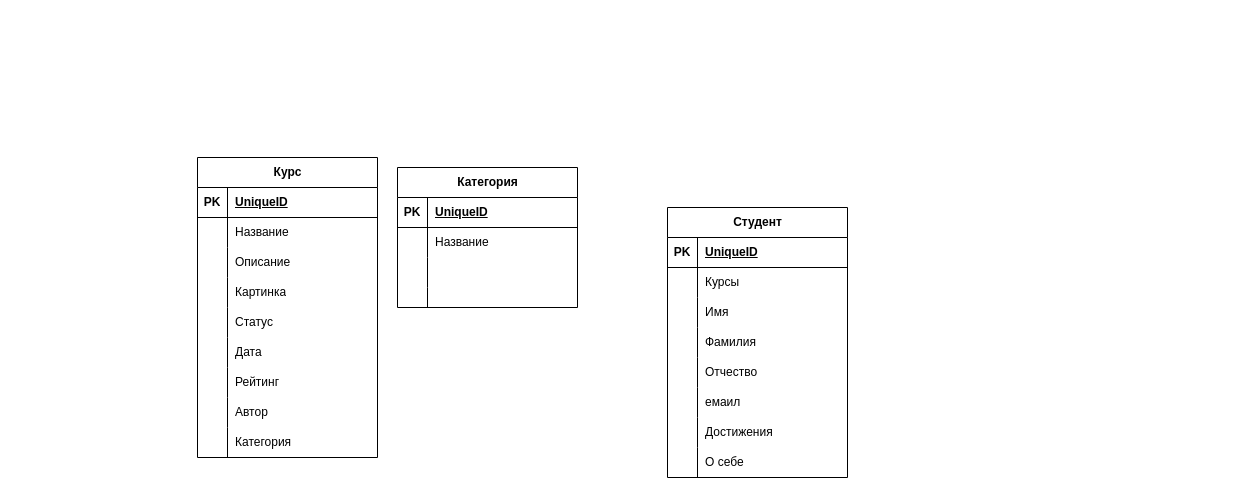
Before: Диаграмма без названия.drawio in Thinknov/my, a draw.io diagram. Source tidied: cells renumbered, new cells numbered last; positions are measured from the earlier drawing's top-left corner, leaving out a move shared by most shapes. Both pictures are drawn from the tidied source at 100%, with x=0, y=0 at pixel (197, 157).
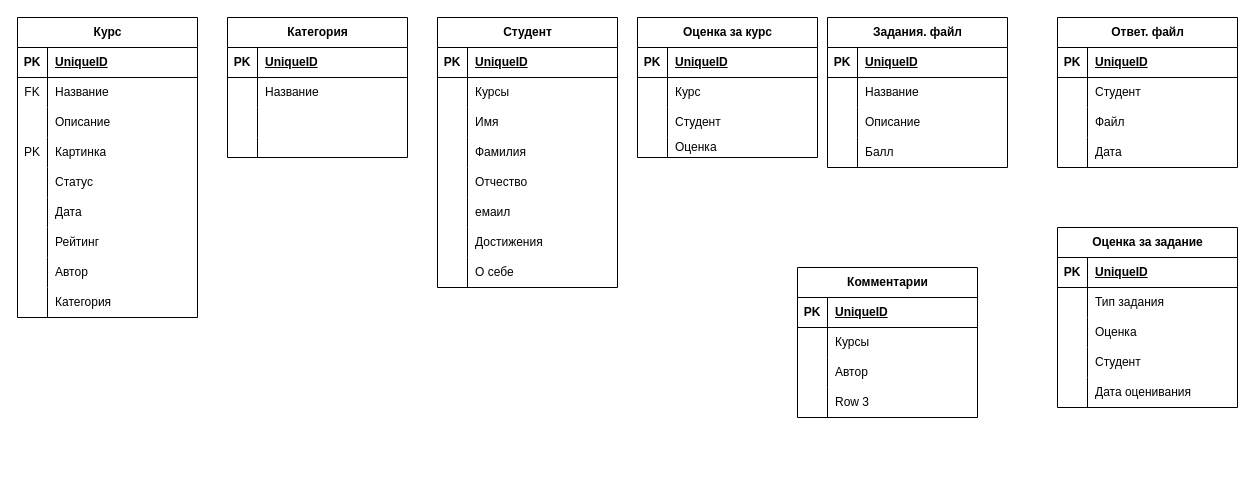
After the change.

Unchanged cells that the change refers to:
```xml
<mxCell id="6" style="shape=tableRow;horizontal=0;startSize=0;swimlaneHead=0;swimlaneBody=0;fillColor=none;top=0;left=0;right=0;bottom=0;" parent="2" vertex="1">
  <mxGeometry y="60" width="180" height="30" as="geometry" />
</mxCell>
<mxCell id="12" style="shape=tableRow;horizontal=0;startSize=0;swimlaneHead=0;swimlaneBody=0;fillColor=none;top=0;left=0;right=0;bottom=0;" parent="2" vertex="1">
  <mxGeometry y="120" width="180" height="30" as="geometry" />
</mxCell>
```

What changed in the source:
```diff
@@
     <mxCell id="2" value="Курс" style="shape=table;startSize=30;childLayout=tableLayout;rowLines=0;fontStyle=1;align=center;html=1;" parent="1" vertex="1">
-      <mxGeometry width="180" height="300" as="geometry" />
+      <mxGeometry x="-180" y="-140" width="180" height="300" as="geometry" />
     </mxCell>
@@
-    <mxCell id="7" style="shape=partialRectangle;fillColor=none;top=0;left=0;bottom=0;right=0;overflow=hidden;whiteSpace=wrap;html=1;" parent="6" vertex="1">
+    <mxCell id="7" value="FK" style="shape=partialRectangle;fillColor=none;top=0;left=0;bottom=0;right=0;overflow=hidden;whiteSpace=wrap;html=1;" parent="6" vertex="1">
       <mxGeometry width="30" height="30" as="geometry" />
     </mxCell>
@@
-    <mxCell id="13" style="shape=partialRectangle;fillColor=none;top=0;left=0;bottom=0;right=0;overflow=hidden;whiteSpace=wrap;html=1;" parent="12" vertex="1">
+    <mxCell id="13" value="&lt;div&gt;PK&lt;/div&gt;" style="shape=partialRectangle;fillColor=none;top=0;left=0;bottom=0;right=0;overflow=hidden;whiteSpace=wrap;html=1;" parent="12" vertex="1">
       <mxGeometry width="30" height="30" as="geometry" />
     </mxCell>
@@
     <mxCell id="30" value="Категория" style="shape=table;startSize=30;childLayout=tableLayout;rowLines=0;fontStyle=1;align=center;html=1;" parent="1" vertex="1">
-      <mxGeometry x="200" y="10" width="180" height="140" as="geometry" />
+      <mxGeometry x="30" y="-140" width="180" height="140" as="geometry" />
     </mxCell>
@@
     <mxCell id="43" value="Студент" style="shape=table;startSize=30;childLayout=tableLayout;rowLines=0;fontStyle=1;align=center;html=1;" parent="1" vertex="1">
-      <mxGeometry x="470" y="50" width="180" height="270" as="geometry" />
+      <mxGeometry x="240" y="-140" width="180" height="270" as="geometry" />
     </mxCell>
@@
+    <mxCell id="68" value="Оценка за курс" style="shape=table;startSize=30;childLayout=tableLayout;rowLines=0;fontStyle=1;align=center;html=1;" parent="1" vertex="1">
+      <mxGeometry x="440" y="-140" width="180" height="140" as="geometry" />
+    </mxCell>
+    <mxCell id="69" style="shape=tableRow;horizontal=0;startSize=0;swimlaneHead=0;swimlaneBody=0;fillColor=none;top=0;left=0;right=0;bottom=1;" parent="68" vertex="1">
+      <mxGeometry y="30" width="180" height="30" as="geometry" />
+    </mxCell>
+    <mxCell id="70" value="PK" style="shape=partialRectangle;fillColor=none;top=0;left=0;bottom=0;right=0;fontStyle=1;overflow=hidden;whiteSpace=wrap;html=1;" parent="69" vertex="1">
+      <mxGeometry width="30" height="30" as="geometry" />
+    </mxCell>
+    <mxCell id="71" value="UniqueID" style="shape=partialRectangle;fillColor=none;top=0;left=0;bottom=0;right=0;align=left;spacingLeft=6;fontStyle=5;overflow=hidden;whiteSpace=wrap;html=1;" parent="69" vertex="1">
+      <mxGeometry x="30" width="150" height="30" as="geometry" />
+    </mxCell>
+    <mxCell id="72" style="shape=tableRow;horizontal=0;startSize=0;swimlaneHead=0;swimlaneBody=0;fillColor=none;top=0;left=0;right=0;bottom=0;" parent="68" vertex="1">
+      <mxGeometry y="60" width="180" height="30" as="geometry" />
+    </mxCell>
+    <mxCell id="73" style="shape=partialRectangle;fillColor=none;top=0;left=0;bottom=0;right=0;overflow=hidden;whiteSpace=wrap;html=1;" parent="72" vertex="1">
+      <mxGeometry width="30" height="30" as="geometry" />
+    </mxCell>
+    <mxCell id="74" value="Курс" style="shape=partialRectangle;fillColor=none;top=0;left=0;bottom=0;right=0;align=left;spacingLeft=6;overflow=hidden;whiteSpace=wrap;html=1;" parent="72" vertex="1">
+      <mxGeometry x="30" width="150" height="30" as="geometry" />
+    </mxCell>
+    <mxCell id="75" style="shape=tableRow;horizontal=0;startSize=0;swimlaneHead=0;swimlaneBody=0;fillColor=none;top=0;left=0;right=0;bottom=0;" parent="68" vertex="1">
+      <mxGeometry y="90" width="180" height="30" as="geometry" />
+    </mxCell>
+    <mxCell id="76" style="shape=partialRectangle;fillColor=none;top=0;left=0;bottom=0;right=0;overflow=hidden;whiteSpace=wrap;html=1;" parent="75" vertex="1">
+      <mxGeometry width="30" height="30" as="geometry" />
+    </mxCell>
+    <mxCell id="77" value="Студент" style="shape=partialRectangle;fillColor=none;top=0;left=0;bottom=0;right=0;align=left;spacingLeft=6;overflow=hidden;whiteSpace=wrap;html=1;" parent="75" vertex="1">
+      <mxGeometry x="30" width="150" height="30" as="geometry" />
+    </mxCell>
+    <mxCell id="78" style="shape=tableRow;horizontal=0;startSize=0;swimlaneHead=0;swimlaneBody=0;fillColor=none;top=0;left=0;right=0;bottom=0;" parent="68" vertex="1">
+      <mxGeometry y="120" width="180" height="20" as="geometry" />
+    </mxCell>
+    <mxCell id="79" style="shape=partialRectangle;fillColor=none;top=0;left=0;bottom=0;right=0;overflow=hidden;whiteSpace=wrap;html=1;" parent="78" vertex="1">
+      <mxGeometry width="30" height="20" as="geometry" />
+    </mxCell>
+    <mxCell id="80" value="Оценка" style="shape=partialRectangle;fillColor=none;top=0;left=0;bottom=0;right=0;align=left;spacingLeft=6;overflow=hidden;whiteSpace=wrap;html=1;" parent="78" vertex="1">
+      <mxGeometry x="30" width="150" height="20" as="geometry" />
+    </mxCell>
+    <mxCell id="81" value="Задания. файл" style="shape=table;startSize=30;childLayout=tableLayout;rowLines=0;fontStyle=1;align=center;html=1;" parent="1" vertex="1">
+      <mxGeometry x="630" y="-140" width="180" height="150" as="geometry" />
+    </mxCell>
+    <mxCell id="82" style="shape=tableRow;horizontal=0;startSize=0;swimlaneHead=0;swimlaneBody=0;fillColor=none;top=0;left=0;right=0;bottom=1;" parent="81" vertex="1">
+      <mxGeometry y="30" width="180" height="30" as="geometry" />
+    </mxCell>
+    <mxCell id="83" value="PK" style="shape=partialRectangle;fillColor=none;top=0;left=0;bottom=0;right=0;fontStyle=1;overflow=hidden;whiteSpace=wrap;html=1;" parent="82" vertex="1">
+      <mxGeometry width="30" height="30" as="geometry" />
+    </mxCell>
+    <mxCell id="84" value="UniqueID" style="shape=partialRectangle;fillColor=none;top=0;left=0;bottom=0;right=0;align=left;spacingLeft=6;fontStyle=5;overflow=hidden;whiteSpace=wrap;html=1;" parent="82" vertex="1">
+      <mxGeometry x="30" width="150" height="30" as="geometry" />
+    </mxCell>
+    <mxCell id="85" style="shape=tableRow;horizontal=0;startSize=0;swimlaneHead=0;swimlaneBody=0;fillColor=none;top=0;left=0;right=0;bottom=0;" parent="81" vertex="1">
+      <mxGeometry y="60" width="180" height="30" as="geometry" />
+    </mxCell>
+    <mxCell id="86" style="shape=partialRectangle;fillColor=none;top=0;left=0;bottom=0;right=0;overflow=hidden;whiteSpace=wrap;html=1;" parent="85" vertex="1">
+      <mxGeometry width="30" height="30" as="geometry" />
+    </mxCell>
+    <mxCell id="87" value="Название" style="shape=partialRectangle;fillColor=none;top=0;left=0;bottom=0;right=0;align=left;spacingLeft=6;overflow=hidden;whiteSpace=wrap;html=1;" parent="85" vertex="1">
+      <mxGeometry x="30" width="150" height="30" as="geometry" />
+    </mxCell>
+    <mxCell id="88" style="shape=tableRow;horizontal=0;startSize=0;swimlaneHead=0;swimlaneBody=0;fillColor=none;top=0;left=0;right=0;bottom=0;" parent="81" vertex="1">
+      <mxGeometry y="90" width="180" height="30" as="geometry" />
+    </mxCell>
+    <mxCell id="89" style="shape=partialRectangle;fillColor=none;top=0;left=0;bottom=0;right=0;overflow=hidden;whiteSpace=wrap;html=1;" parent="88" vertex="1">
+      <mxGeometry width="30" height="30" as="geometry" />
+    </mxCell>
+    <mxCell id="90" value="Описание" style="shape=partialRectangle;fillColor=none;top=0;left=0;bottom=0;right=0;align=left;spacingLeft=6;overflow=hidden;whiteSpace=wrap;html=1;" parent="88" vertex="1">
+      <mxGeometry x="30" width="150" height="30" as="geometry" />
+    </mxCell>
+    <mxCell id="91" style="shape=tableRow;horizontal=0;startSize=0;swimlaneHead=0;swimlaneBody=0;fillColor=none;top=0;left=0;right=0;bottom=0;" parent="81" vertex="1">
+      <mxGeometry y="120" width="180" height="30" as="geometry" />
+    </mxCell>
+    <mxCell id="92" style="shape=partialRectangle;fillColor=none;top=0;left=0;bottom=0;right=0;overflow=hidden;whiteSpace=wrap;html=1;" parent="91" vertex="1">
+      <mxGeometry width="30" height="30" as="geometry" />
+    </mxCell>
+    <mxCell id="93" value="Балл" style="shape=partialRectangle;fillColor=none;top=0;left=0;bottom=0;right=0;align=left;spacingLeft=6;overflow=hidden;whiteSpace=wrap;html=1;" parent="91" vertex="1">
+      <mxGeometry x="30" width="150" height="30" as="geometry" />
+    </mxCell>
+    <mxCell id="94" value="&lt;div&gt;Ответ. файл&lt;/div&gt;" style="shape=table;startSize=30;childLayout=tableLayout;rowLines=0;fontStyle=1;align=center;html=1;" parent="1" vertex="1">
+      <mxGeometry x="860" y="-140" width="180" height="150" as="geometry" />
+    </mxCell>
+    <mxCell id="95" style="shape=tableRow;horizontal=0;startSize=0;swimlaneHead=0;swimlaneBody=0;fillColor=none;top=0;left=0;right=0;bottom=1;" parent="94" vertex="1">
+      <mxGeometry y="30" width="180" height="30" as="geometry" />
+    </mxCell>
+    <mxCell id="96" value="PK" style="shape=partialRectangle;fillColor=none;top=0;left=0;bottom=0;right=0;fontStyle=1;overflow=hidden;whiteSpace=wrap;html=1;" parent="95" vertex="1">
+      <mxGeometry width="30" height="30" as="geometry" />
+    </mxCell>
+    <mxCell id="97" value="UniqueID" style="shape=partialRectangle;fillColor=none;top=0;left=0;bottom=0;right=0;align=left;spacingLeft=6;fontStyle=5;overflow=hidden;whiteSpace=wrap;html=1;" parent="95" vertex="1">
+      <mxGeometry x="30" width="150" height="30" as="geometry" />
+    </mxCell>
+    <mxCell id="98" style="shape=tableRow;horizontal=0;startSize=0;swimlaneHead=0;swimlaneBody=0;fillColor=none;top=0;left=0;right=0;bottom=0;" parent="94" vertex="1">
+      <mxGeometry y="60" width="180" height="30" as="geometry" />
+    </mxCell>
+    <mxCell id="99" style="shape=partialRectangle;fillColor=none;top=0;left=0;bottom=0;right=0;overflow=hidden;whiteSpace=wrap;html=1;" parent="98" vertex="1">
+      <mxGeometry width="30" height="30" as="geometry" />
+    </mxCell>
+    <mxCell id="100" value="Студент" style="shape=partialRectangle;fillColor=none;top=0;left=0;bottom=0;right=0;align=left;spacingLeft=6;overflow=hidden;whiteSpace=wrap;html=1;" parent="98" vertex="1">
+      <mxGeometry x="30" width="150" height="30" as="geometry" />
+    </mxCell>
+    <mxCell id="101" style="shape=tableRow;horizontal=0;startSize=0;swimlaneHead=0;swimlaneBody=0;fillColor=none;top=0;left=0;right=0;bottom=0;" parent="94" vertex="1">
+      <mxGeometry y="90" width="180" height="30" as="geometry" />
+    </mxCell>
+    <mxCell id="102" style="shape=partialRectangle;fillColor=none;top=0;left=0;bottom=0;right=0;overflow=hidden;whiteSpace=wrap;html=1;" parent="101" vertex="1">
+      <mxGeometry width="30" height="30" as="geometry" />
+    </mxCell>
+    <mxCell id="103" value="Файл" style="shape=partialRectangle;fillColor=none;top=0;left=0;bottom=0;right=0;align=left;spacingLeft=6;overflow=hidden;whiteSpace=wrap;html=1;" parent="101" vertex="1">
+      <mxGeometry x="30" width="150" height="30" as="geometry" />
+    </mxCell>
+    <mxCell id="104" style="shape=tableRow;horizontal=0;startSize=0;swimlaneHead=0;swimlaneBody=0;fillColor=none;top=0;left=0;right=0;bottom=0;" parent="94" vertex="1">
+      <mxGeometry y="120" width="180" height="30" as="geometry" />
+    </mxCell>
+    <mxCell id="105" style="shape=partialRectangle;fillColor=none;top=0;left=0;bottom=0;right=0;overflow=hidden;whiteSpace=wrap;html=1;" parent="104" vertex="1">
+      <mxGeometry width="30" height="30" as="geometry" />
+    </mxCell>
+    <mxCell id="106" value="Дата" style="shape=partialRectangle;fillColor=none;top=0;left=0;bottom=0;right=0;align=left;spacingLeft=6;overflow=hidden;whiteSpace=wrap;html=1;" parent="104" vertex="1">
+      <mxGeometry x="30" width="150" height="30" as="geometry" />
+    </mxCell>
+    <mxCell id="107" value="Оценка за задание" style="shape=table;startSize=30;childLayout=tableLayout;rowLines=0;fontStyle=1;align=center;html=1;" parent="1" vertex="1">
+      <mxGeometry x="860" y="70" width="180" height="180" as="geometry" />
+    </mxCell>
+    <mxCell id="108" style="shape=tableRow;horizontal=0;startSize=0;swimlaneHead=0;swimlaneBody=0;fillColor=none;top=0;left=0;right=0;bottom=1;" parent="107" vertex="1">
+      <mxGeometry y="30" width="180" height="30" as="geometry" />
+    </mxCell>
+    <mxCell id="109" value="PK" style="shape=partialRectangle;fillColor=none;top=0;left=0;bottom=0;right=0;fontStyle=1;overflow=hidden;whiteSpace=wrap;html=1;" parent="108" vertex="1">
+      <mxGeometry width="30" height="30" as="geometry" />
+    </mxCell>
+    <mxCell id="110" value="UniqueID" style="shape=partialRectangle;fillColor=none;top=0;left=0;bottom=0;right=0;align=left;spacingLeft=6;fontStyle=5;overflow=hidden;whiteSpace=wrap;html=1;" parent="108" vertex="1">
+      <mxGeometry x="30" width="150" height="30" as="geometry" />
+    </mxCell>
+    <mxCell id="111" style="shape=tableRow;horizontal=0;startSize=0;swimlaneHead=0;swimlaneBody=0;fillColor=none;top=0;left=0;right=0;bottom=0;" parent="107" vertex="1">
+      <mxGeometry y="60" width="180" height="30" as="geometry" />
+    </mxCell>
+    <mxCell id="112" style="shape=partialRectangle;fillColor=none;top=0;left=0;bottom=0;right=0;overflow=hidden;whiteSpace=wrap;html=1;" parent="111" vertex="1">
+      <mxGeometry width="30" height="30" as="geometry" />
+    </mxCell>
+    <mxCell id="113" value="Тип задания" style="shape=partialRectangle;fillColor=none;top=0;left=0;bottom=0;right=0;align=left;spacingLeft=6;overflow=hidden;whiteSpace=wrap;html=1;" parent="111" vertex="1">
+      <mxGeometry x="30" width="150" height="30" as="geometry" />
+    </mxCell>
+    <mxCell id="114" style="shape=tableRow;horizontal=0;startSize=0;swimlaneHead=0;swimlaneBody=0;fillColor=none;top=0;left=0;right=0;bottom=0;" parent="107" vertex="1">
+      <mxGeometry y="90" width="180" height="30" as="geometry" />
+    </mxCell>
+    <mxCell id="115" style="shape=partialRectangle;fillColor=none;top=0;left=0;bottom=0;right=0;overflow=hidden;whiteSpace=wrap;html=1;" parent="114" vertex="1">
+      <mxGeometry width="30" height="30" as="geometry" />
+    </mxCell>
+    <mxCell id="116" value="Оценка" style="shape=partialRectangle;fillColor=none;top=0;left=0;bottom=0;right=0;align=left;spacingLeft=6;overflow=hidden;whiteSpace=wrap;html=1;" parent="114" vertex="1">
+      <mxGeometry x="30" width="150" height="30" as="geometry" />
+    </mxCell>
+    <mxCell id="117" style="shape=tableRow;horizontal=0;startSize=0;swimlaneHead=0;swimlaneBody=0;fillColor=none;top=0;left=0;right=0;bottom=0;" parent="107" vertex="1">
+      <mxGeometry y="120" width="180" height="30" as="geometry" />
+    </mxCell>
+    <mxCell id="118" style="shape=partialRectangle;fillColor=none;top=0;left=0;bottom=0;right=0;overflow=hidden;whiteSpace=wrap;html=1;" parent="117" vertex="1">
+      <mxGeometry width="30" height="30" as="geometry" />
+    </mxCell>
+    <mxCell id="119" value="Студент" style="shape=partialRectangle;fillColor=none;top=0;left=0;bottom=0;right=0;align=left;spacingLeft=6;overflow=hidden;whiteSpace=wrap;html=1;" parent="117" vertex="1">
+      <mxGeometry x="30" width="150" height="30" as="geometry" />
+    </mxCell>
+    <mxCell id="120" style="shape=tableRow;horizontal=0;startSize=0;swimlaneHead=0;swimlaneBody=0;fillColor=none;top=0;left=0;right=0;bottom=0;" parent="107" vertex="1">
+      <mxGeometry y="150" width="180" height="30" as="geometry" />
+    </mxCell>
+    <mxCell id="121" style="shape=partialRectangle;fillColor=none;top=0;left=0;bottom=0;right=0;overflow=hidden;whiteSpace=wrap;html=1;" parent="120" vertex="1">
+      <mxGeometry width="30" height="30" as="geometry" />
+    </mxCell>
+    <mxCell id="122" value="Дата оценивания" style="shape=partialRectangle;fillColor=none;top=0;left=0;bottom=0;right=0;align=left;spacingLeft=6;overflow=hidden;whiteSpace=wrap;html=1;" parent="120" vertex="1">
+      <mxGeometry x="30" width="150" height="30" as="geometry" />
+    </mxCell>
+    <mxCell id="123" value="Комментарии" style="shape=table;startSize=30;childLayout=tableLayout;rowLines=0;fontStyle=1;align=center;html=1;" parent="1" vertex="1">
+      <mxGeometry x="600" y="110" width="180" height="150" as="geometry" />
+    </mxCell>
+    <mxCell id="124" style="shape=tableRow;horizontal=0;startSize=0;swimlaneHead=0;swimlaneBody=0;fillColor=none;top=0;left=0;right=0;bottom=1;" parent="123" vertex="1">
+      <mxGeometry y="30" width="180" height="30" as="geometry" />
+    </mxCell>
+    <mxCell id="125" value="PK" style="shape=partialRectangle;fillColor=none;top=0;left=0;bottom=0;right=0;fontStyle=1;overflow=hidden;whiteSpace=wrap;html=1;" parent="124" vertex="1">
+      <mxGeometry width="30" height="30" as="geometry" />
+    </mxCell>
+    <mxCell id="126" value="UniqueID" style="shape=partialRectangle;fillColor=none;top=0;left=0;bottom=0;right=0;align=left;spacingLeft=6;fontStyle=5;overflow=hidden;whiteSpace=wrap;html=1;" parent="124" vertex="1">
+      <mxGeometry x="30" width="150" height="30" as="geometry" />
+    </mxCell>
+    <mxCell id="127" style="shape=tableRow;horizontal=0;startSize=0;swimlaneHead=0;swimlaneBody=0;fillColor=none;top=0;left=0;right=0;bottom=0;" parent="123" vertex="1">
+      <mxGeometry y="60" width="180" height="30" as="geometry" />
+    </mxCell>
+    <mxCell id="128" style="shape=partialRectangle;fillColor=none;top=0;left=0;bottom=0;right=0;overflow=hidden;whiteSpace=wrap;html=1;" parent="127" vertex="1">
+      <mxGeometry width="30" height="30" as="geometry" />
+    </mxCell>
+    <mxCell id="129" value="Курсы" style="shape=partialRectangle;fillColor=none;top=0;left=0;bottom=0;right=0;align=left;spacingLeft=6;overflow=hidden;whiteSpace=wrap;html=1;" parent="127" vertex="1">
+      <mxGeometry x="30" width="150" height="30" as="geometry" />
+    </mxCell>
+    <mxCell id="130" style="shape=tableRow;horizontal=0;startSize=0;swimlaneHead=0;swimlaneBody=0;fillColor=none;top=0;left=0;right=0;bottom=0;" parent="123" vertex="1">
+      <mxGeometry y="90" width="180" height="30" as="geometry" />
+    </mxCell>
+    <mxCell id="131" style="shape=partialRectangle;fillColor=none;top=0;left=0;bottom=0;right=0;overflow=hidden;whiteSpace=wrap;html=1;" parent="130" vertex="1">
+      <mxGeometry width="30" height="30" as="geometry" />
+    </mxCell>
+    <mxCell id="132" value="Автор" style="shape=partialRectangle;fillColor=none;top=0;left=0;bottom=0;right=0;align=left;spacingLeft=6;overflow=hidden;whiteSpace=wrap;html=1;" parent="130" vertex="1">
+      <mxGeometry x="30" width="150" height="30" as="geometry" />
+    </mxCell>
+    <mxCell id="133" style="shape=tableRow;horizontal=0;startSize=0;swimlaneHead=0;swimlaneBody=0;fillColor=none;top=0;left=0;right=0;bottom=0;" parent="123" vertex="1">
+      <mxGeometry y="120" width="180" height="30" as="geometry" />
+    </mxCell>
+    <mxCell id="134" style="shape=partialRectangle;fillColor=none;top=0;left=0;bottom=0;right=0;overflow=hidden;whiteSpace=wrap;html=1;" parent="133" vertex="1">
+      <mxGeometry width="30" height="30" as="geometry" />
+    </mxCell>
+    <mxCell id="135" value="Row 3" style="shape=partialRectangle;fillColor=none;top=0;left=0;bottom=0;right=0;align=left;spacingLeft=6;overflow=hidden;whiteSpace=wrap;html=1;" parent="133" vertex="1">
+      <mxGeometry x="30" width="150" height="30" as="geometry" />
+    </mxCell>
```
